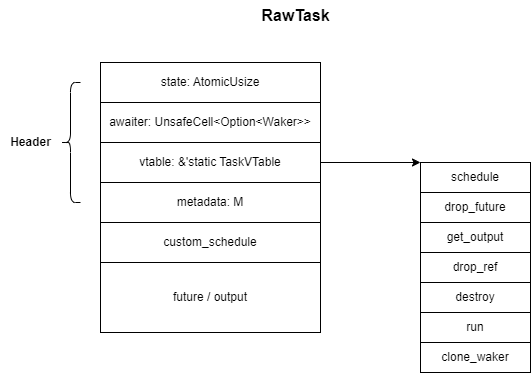
Above: content/blog/2024-12-09-smol-async-runtime/async-task-layout.drawio.png in systemxlabs/systemxlabs.github.io (draw.io), before the change. Source tidied: cells renumbered, new cells last; positions are measured from the earlier drawing's top-left corner, leaving out a move shared by most shapes.
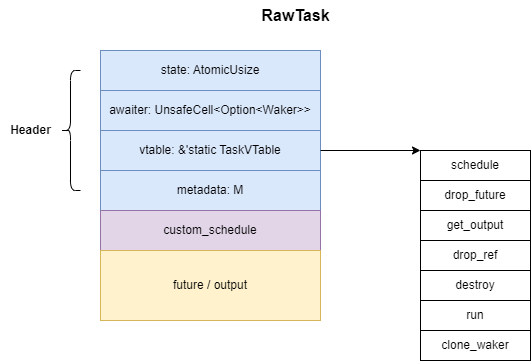
After the change.

Change to the diagram source:
```diff
@@ -2,16 +2,16 @@
   <root>
     <mxCell id="0" />
     <mxCell id="1" parent="0" />
-    <mxCell id="2" value="state: AtomicUsize" style="rounded=0;whiteSpace=wrap;html=1;" parent="1" vertex="1">
+    <mxCell id="2" value="state: AtomicUsize" style="rounded=0;whiteSpace=wrap;html=1;fillColor=#dae8fc;strokeColor=#6c8ebf;" parent="1" vertex="1">
       <mxGeometry x="100" y="62" width="220" height="40" as="geometry" />
     </mxCell>
-    <mxCell id="3" value="awaiter: UnsafeCell&amp;lt;Option&amp;lt;Waker&amp;gt;&amp;gt;" style="rounded=0;whiteSpace=wrap;html=1;" parent="1" vertex="1">
+    <mxCell id="3" value="awaiter: UnsafeCell&amp;lt;Option&amp;lt;Waker&amp;gt;&amp;gt;" style="rounded=0;whiteSpace=wrap;html=1;fillColor=#dae8fc;strokeColor=#6c8ebf;" parent="1" vertex="1">
       <mxGeometry x="100" y="102" width="220" height="40" as="geometry" />
     </mxCell>
-    <mxCell id="4" value="vtable: &amp;amp;'static TaskVTable" style="rounded=0;whiteSpace=wrap;html=1;" parent="1" vertex="1">
+    <mxCell id="4" value="vtable: &amp;amp;'static TaskVTable" style="rounded=0;whiteSpace=wrap;html=1;fillColor=#dae8fc;strokeColor=#6c8ebf;" parent="1" vertex="1">
       <mxGeometry x="100" y="142" width="220" height="40" as="geometry" />
     </mxCell>
-    <mxCell id="5" value="metadata: M" style="rounded=0;whiteSpace=wrap;html=1;" parent="1" vertex="1">
+    <mxCell id="5" value="metadata: M" style="rounded=0;whiteSpace=wrap;html=1;fillColor=#dae8fc;strokeColor=#6c8ebf;" parent="1" vertex="1">
       <mxGeometry x="100" y="182" width="220" height="40" as="geometry" />
     </mxCell>
     <mxCell id="6" style="shape=curlyBracket;whiteSpace=wrap;html=1;rounded=1;labelPosition=left;verticalLabelPosition=middle;align=right;verticalAlign=middle;" parent="1" vertex="1">
@@ -20,10 +20,10 @@
     <mxCell id="7" value="Header" style="text;html=1;align=center;verticalAlign=middle;strokeColor=none;fillColor=none;fontStyle=1;" parent="1" vertex="1">
       <mxGeometry y="127" width="60" height="30" as="geometry" />
     </mxCell>
-    <mxCell id="8" value="custom_schedule" style="rounded=0;whiteSpace=wrap;html=1;" parent="1" vertex="1">
+    <mxCell id="8" value="custom_schedule" style="rounded=0;whiteSpace=wrap;html=1;fillColor=#e1d5e7;strokeColor=#9673a6;" parent="1" vertex="1">
       <mxGeometry x="100" y="222" width="220" height="40" as="geometry" />
     </mxCell>
-    <mxCell id="9" value="future / output" style="rounded=0;whiteSpace=wrap;html=1;" parent="1" vertex="1">
+    <mxCell id="9" value="future / output" style="rounded=0;whiteSpace=wrap;html=1;fillColor=#fff2cc;strokeColor=#d6b656;" parent="1" vertex="1">
       <mxGeometry x="100" y="262" width="220" height="70" as="geometry" />
     </mxCell>
     <mxCell id="10" value="schedule" style="rounded=0;whiteSpace=wrap;html=1;" parent="1" vertex="1">
@@ -53,7 +53,7 @@
       <mxGeometry x="420" y="342" width="110" height="30" as="geometry" />
     </mxCell>
     <mxCell id="18" value="RawTask" style="text;html=1;align=center;verticalAlign=middle;strokeColor=none;fillColor=none;fontStyle=1;fontSize=16;" parent="1" vertex="1">
-      <mxGeometry x="250" width="90" height="30" as="geometry" />
+      <mxGeometry x="250" y="12" width="90" height="30" as="geometry" />
     </mxCell>
   </root>
 </mxGraphModel>
```
